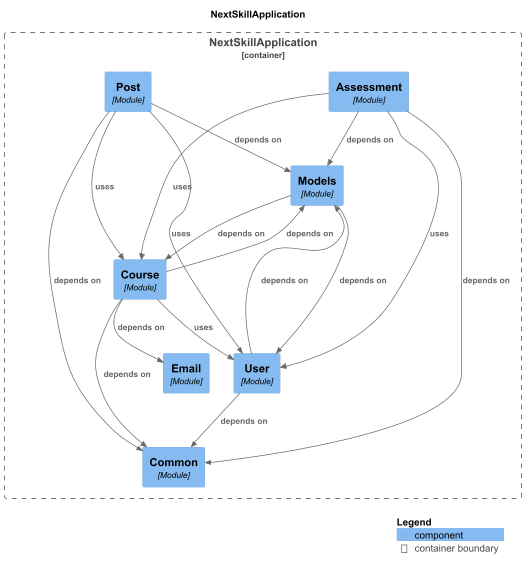
Before: components-NextSkillApplication.png, a diagram exported from PlantUML (axterrr/NextSkill).
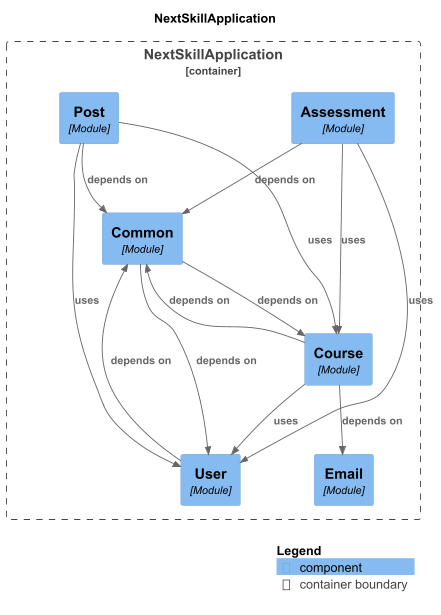
Later version of the same file.

What changed in the source:
```diff
@@ -9,7 +9,6 @@
 !include <C4/C4_Component>
 
 Container_Boundary("NextSkillApplication.NextSkillApplication_boundary", "NextSkillApplication", $tags="") {
-  Component(NextSkillApplication.NextSkillApplication.Models, "Models", $techn="Module", $descr="", $tags="", $link="")
   Component(NextSkillApplication.NextSkillApplication.Assessment, "Assessment", $techn="Module", $descr="", $tags="", $link="")
   Component(NextSkillApplication.NextSkillApplication.Common, "Common", $techn="Module", $descr="", $tags="", $link="")
   Component(NextSkillApplication.NextSkillApplication.Post, "Post", $techn="Module", $descr="", $tags="", $link="")
@@ -18,22 +17,18 @@
   Component(NextSkillApplication.NextSkillApplication.Email, "Email", $techn="Module", $descr="", $tags="", $link="")
 }
 
-Rel(NextSkillApplication.NextSkillApplication.Assessment, NextSkillApplication.NextSkillApplication.Models, "depends on", $techn="", $tags="", $link="")
+Rel(NextSkillApplication.NextSkillApplication.Post, NextSkillApplication.NextSkillApplication.Course, "uses", $techn="", $tags="", $link="")
+Rel(NextSkillApplication.NextSkillApplication.Post, NextSkillApplication.NextSkillApplication.User, "uses", $techn="", $tags="", $link="")
+Rel(NextSkillApplication.NextSkillApplication.User, NextSkillApplication.NextSkillApplication.Common, "depends on", $techn="", $tags="", $link="")
+Rel(NextSkillApplication.NextSkillApplication.Course, NextSkillApplication.NextSkillApplication.Common, "depends on", $techn="", $tags="", $link="")
+Rel(NextSkillApplication.NextSkillApplication.Course, NextSkillApplication.NextSkillApplication.Email, "depends on", $techn="", $tags="", $link="")
+Rel(NextSkillApplication.NextSkillApplication.Course, NextSkillApplication.NextSkillApplication.User, "uses", $techn="", $tags="", $link="")
+Rel(NextSkillApplication.NextSkillApplication.Common, NextSkillApplication.NextSkillApplication.Course, "depends on", $techn="", $tags="", $link="")
+Rel(NextSkillApplication.NextSkillApplication.Common, NextSkillApplication.NextSkillApplication.User, "depends on", $techn="", $tags="", $link="")
 Rel(NextSkillApplication.NextSkillApplication.Assessment, NextSkillApplication.NextSkillApplication.Common, "depends on", $techn="", $tags="", $link="")
 Rel(NextSkillApplication.NextSkillApplication.Assessment, NextSkillApplication.NextSkillApplication.User, "uses", $techn="", $tags="", $link="")
 Rel(NextSkillApplication.NextSkillApplication.Assessment, NextSkillApplication.NextSkillApplication.Course, "uses", $techn="", $tags="", $link="")
-Rel(NextSkillApplication.NextSkillApplication.User, NextSkillApplication.NextSkillApplication.Models, "depends on", $techn="", $tags="", $link="")
-Rel(NextSkillApplication.NextSkillApplication.User, NextSkillApplication.NextSkillApplication.Common, "depends on", $techn="", $tags="", $link="")
-Rel(NextSkillApplication.NextSkillApplication.Post, NextSkillApplication.NextSkillApplication.Models, "depends on", $techn="", $tags="", $link="")
 Rel(NextSkillApplication.NextSkillApplication.Post, NextSkillApplication.NextSkillApplication.Common, "depends on", $techn="", $tags="", $link="")
-Rel(NextSkillApplication.NextSkillApplication.Post, NextSkillApplication.NextSkillApplication.Course, "uses", $techn="", $tags="", $link="")
-Rel(NextSkillApplication.NextSkillApplication.Post, NextSkillApplication.NextSkillApplication.User, "uses", $techn="", $tags="", $link="")
-Rel(NextSkillApplication.NextSkillApplication.Course, NextSkillApplication.NextSkillApplication.Models, "depends on", $techn="", $tags="", $link="")
-Rel(NextSkillApplication.NextSkillApplication.Course, NextSkillApplication.NextSkillApplication.Common, "depends on", $techn="", $tags="", $link="")
-Rel(NextSkillApplication.NextSkillApplication.Course, NextSkillApplication.NextSkillApplication.Email, "depends on", $techn="", $tags="", $link="")
-Rel(NextSkillApplication.NextSkillApplication.Course, NextSkillApplication.NextSkillApplication.User, "uses", $techn="", $tags="", $link="")
-Rel(NextSkillApplication.NextSkillApplication.Models, NextSkillApplication.NextSkillApplication.Course, "depends on", $techn="", $tags="", $link="")
-Rel(NextSkillApplication.NextSkillApplication.Models, NextSkillApplication.NextSkillApplication.User, "depends on", $techn="", $tags="", $link="")
 
 SHOW_LEGEND(true)
 @enduml
```
